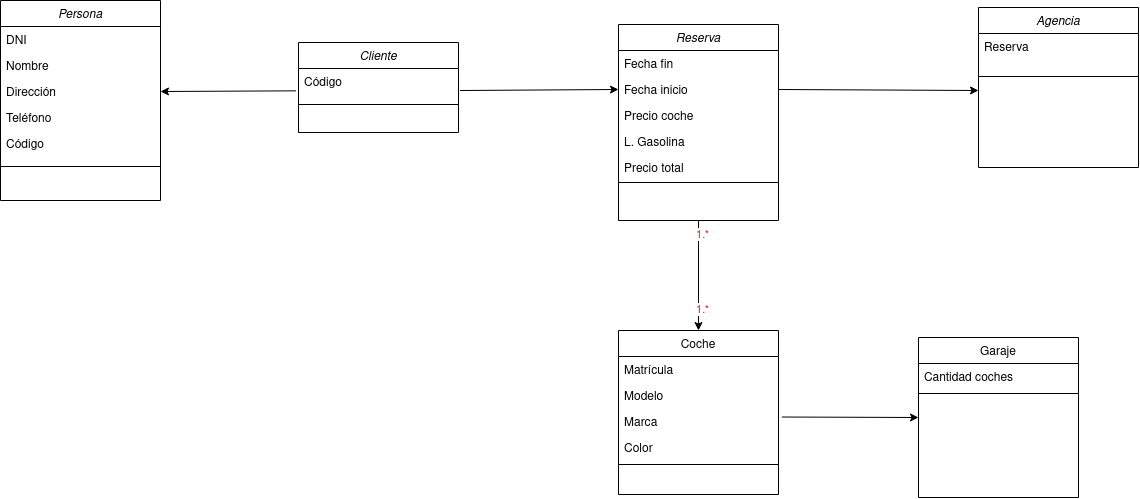
Earlier version of the draw.io export Tareas/AlquierCoches.drawio.png (colidom/ets). Source tidied: cells renumbered, new cells last; positions are measured from the earlier drawing's top-left corner, leaving out a move shared by most shapes.
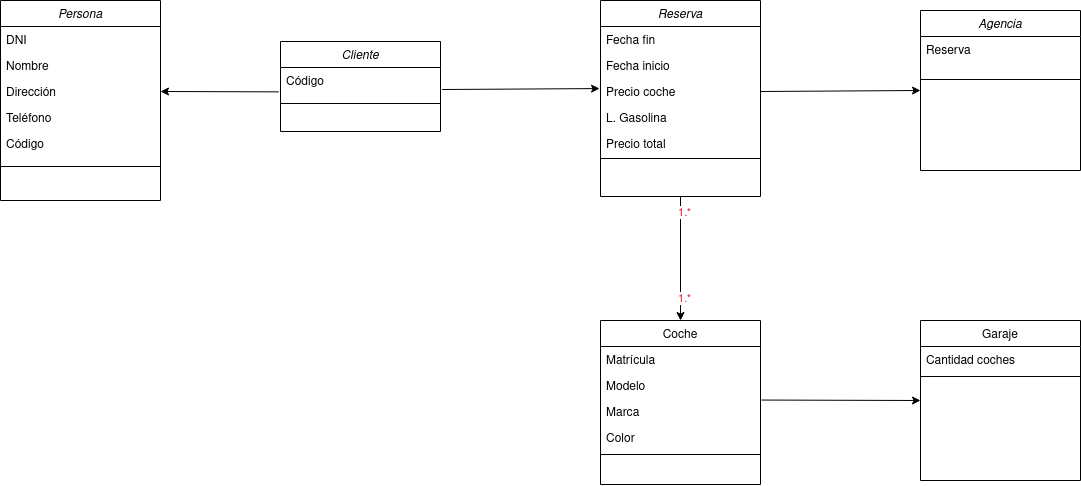
Later version of the same file.

Change to the diagram source:
```diff
@@ -3,7 +3,7 @@
     <mxCell id="0" />
     <mxCell id="1" parent="0" />
     <mxCell id="2" value="Persona" style="swimlane;fontStyle=2;align=center;verticalAlign=top;horizontal=1;startSize=26;rounded=0;shadow=0;strokeWidth=1;" parent="1" vertex="1">
-      <mxGeometry width="160" height="200" as="geometry" />
+      <mxGeometry x="18" y="10" width="160" height="200" as="geometry" />
     </mxCell>
     <mxCell id="3" value="DNI" style="text;align=left;verticalAlign=top;spacingLeft=4;spacingRight=4;overflow=hidden;" parent="2" vertex="1">
       <mxGeometry y="26" width="160" height="26" as="geometry" />
@@ -51,7 +51,7 @@
       <mxGeometry x="0.62" y="3" relative="1" as="geometry" />
     </mxCell>
     <mxCell id="18" value="Agencia" style="swimlane;fontStyle=2;align=center;verticalAlign=top;horizontal=1;startSize=26;rounded=0;shadow=0;strokeWidth=1;" parent="1" vertex="1">
-      <mxGeometry x="978" y="7" width="160" height="160" as="geometry" />
+      <mxGeometry x="938" y="20" width="160" height="160" as="geometry" />
     </mxCell>
     <mxCell id="19" value="Reserva" style="text;align=left;verticalAlign=top;spacingLeft=4;spacingRight=4;overflow=hidden;" parent="18" vertex="1">
       <mxGeometry y="26" width="160" height="26" as="geometry" />
@@ -60,7 +60,7 @@
       <mxGeometry y="52" width="160" height="34" as="geometry" />
     </mxCell>
     <mxCell id="21" value="Garaje" style="swimlane;fontStyle=0;align=center;verticalAlign=top;horizontal=1;startSize=26;rounded=0;shadow=0;strokeWidth=1;" parent="1" vertex="1">
-      <mxGeometry x="918" y="337" width="160" height="160" as="geometry" />
+      <mxGeometry x="938" y="330" width="160" height="160" as="geometry" />
     </mxCell>
     <mxCell id="22" value="Cantidad coches" style="text;align=left;verticalAlign=top;spacingLeft=4;spacingRight=4;overflow=hidden;rounded=0;shadow=0;html=0;" parent="21" vertex="1">
       <mxGeometry y="26" width="160" height="26" as="geometry" />
@@ -69,7 +69,7 @@
       <mxGeometry y="52" width="160" height="8" as="geometry" />
     </mxCell>
     <mxCell id="24" value="Reserva" style="swimlane;fontStyle=2;align=center;verticalAlign=top;horizontal=1;startSize=26;rounded=0;shadow=0;strokeWidth=1;" parent="1" vertex="1">
-      <mxGeometry x="618" y="24" width="160" height="196" as="geometry" />
+      <mxGeometry x="618" y="10" width="160" height="196" as="geometry" />
     </mxCell>
     <mxCell id="25" value="Fecha fin" style="text;align=left;verticalAlign=top;spacingLeft=4;spacingRight=4;overflow=hidden;rounded=0;shadow=0;html=0;" parent="24" vertex="1">
       <mxGeometry y="26" width="160" height="26" as="geometry" />
@@ -90,7 +90,7 @@
       <mxGeometry y="156" width="160" height="4" as="geometry" />
     </mxCell>
     <mxCell id="31" value="Cliente" style="swimlane;fontStyle=2;align=center;verticalAlign=top;horizontal=1;startSize=26;rounded=0;shadow=0;strokeWidth=1;" parent="1" vertex="1">
-      <mxGeometry x="298" y="42" width="160" height="90" as="geometry" />
+      <mxGeometry x="298" y="51" width="160" height="90" as="geometry" />
     </mxCell>
     <mxCell id="32" value="Código" style="text;align=left;verticalAlign=top;spacingLeft=4;spacingRight=4;overflow=hidden;points=[[0,0.5],[1,0.5]];portConstraint=eastwest;rounded=0;shadow=0;html=0;" parent="31" vertex="1">
       <mxGeometry y="26" width="160" height="26" as="geometry" />
@@ -98,20 +98,17 @@
     <mxCell id="33" style="line;html=1;strokeWidth=1;align=left;verticalAlign=middle;spacingTop=-1;spacingLeft=3;spacingRight=3;labelPosition=right;" parent="31" vertex="1">
       <mxGeometry y="52" width="160" height="20" as="geometry" />
     </mxCell>
-    <mxCell id="34" style="endArrow=classic;html=1;rounded=0;entryX=1;entryY=0.5;entryDx=0;entryDy=0;exitX=-0.015;exitY=0.859;exitDx=0;exitDy=0;exitPerimeter=0;" parent="1" edge="1" source="32" target="5">
+    <mxCell id="34" style="endArrow=classic;html=1;rounded=0;entryX=1;entryY=0.5;entryDx=0;entryDy=0;exitX=-0.011;exitY=0.937;exitDx=0;exitDy=0;exitPerimeter=0;" parent="1" edge="1" source="32" target="5">
       <mxGeometry relative="1" as="geometry" />
     </mxCell>
-    <mxCell id="35" style="endArrow=classic;html=1;rounded=0;entryX=0;entryY=0.5;entryDx=0;entryDy=0;exitX=1.01;exitY=0.846;exitDx=0;exitDy=0;exitPerimeter=0;" parent="1" edge="1" source="32" target="26">
+    <mxCell id="35" style="endArrow=classic;html=1;rounded=0;entryX=-0.006;entryY=0.388;entryDx=0;entryDy=0;exitX=1.01;exitY=0.846;exitDx=0;exitDy=0;exitPerimeter=0;entryPerimeter=0;" parent="1" edge="1" source="32" target="27">
       <mxGeometry relative="1" as="geometry" />
     </mxCell>
-    <mxCell id="36" style="endArrow=classic;html=1;rounded=0;entryX=0;entryY=0.5;entryDx=0;entryDy=0;exitX=1.021;exitY=0.328;exitDx=0;exitDy=0;exitPerimeter=0;" parent="1" edge="1" source="12" target="21">
+    <mxCell id="36" style="endArrow=classic;html=1;rounded=0;entryX=0;entryY=0.5;entryDx=0;entryDy=0;exitX=1.006;exitY=0.06;exitDx=0;exitDy=0;exitPerimeter=0;" parent="1" edge="1" source="12" target="21">
       <mxGeometry relative="1" as="geometry" />
     </mxCell>
-    <mxCell id="37" style="endArrow=classic;html=1;rounded=0;exitX=1;exitY=0.5;exitDx=0;exitDy=0;" parent="1" edge="1">
-      <mxGeometry relative="1" as="geometry">
-        <mxPoint x="778" y="89" as="sourcePoint" />
-        <mxPoint x="978" y="90" as="targetPoint" />
-      </mxGeometry>
+    <mxCell id="37" style="endArrow=classic;html=1;rounded=0;exitX=1;exitY=0.5;exitDx=0;exitDy=0;entryX=0;entryY=0.5;entryDx=0;entryDy=0;" parent="1" edge="1" source="27" target="18">
+      <mxGeometry relative="1" as="geometry" />
     </mxCell>
   </root>
 </mxGraphModel>
```
